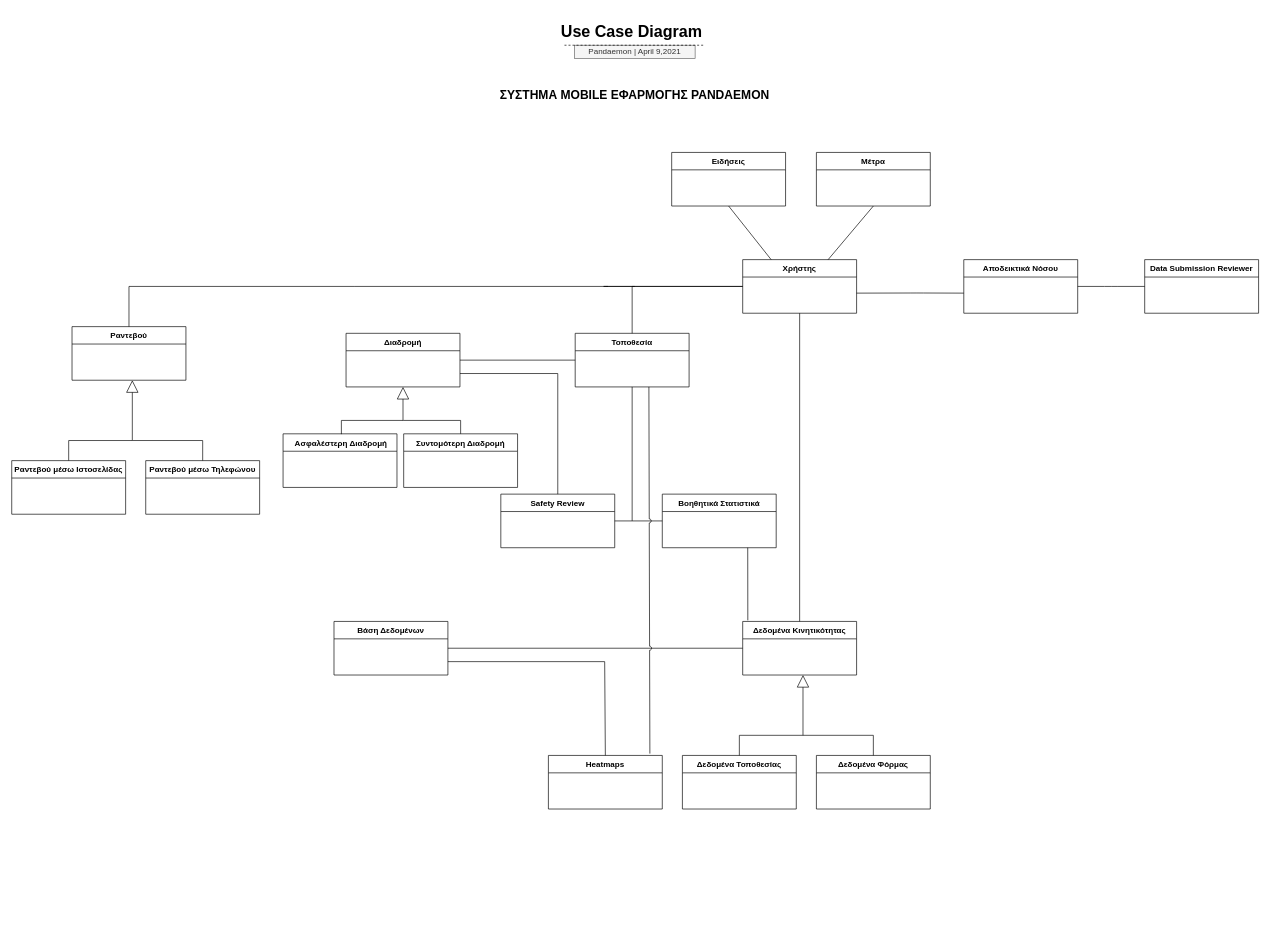
Before: Documents/DrawioResources/Domain Model Diagram.drawio in Mario-Sama/SoftEngProject2021, a draw.io diagram. Source tidied: cells renumbered, new cells numbered last; positions are measured from the earlier drawing's top-left corner, leaving out a move shared by most shapes. Both pictures are drawn from the tidied source at 67%, with x=0, y=0 at pixel (11, 18).
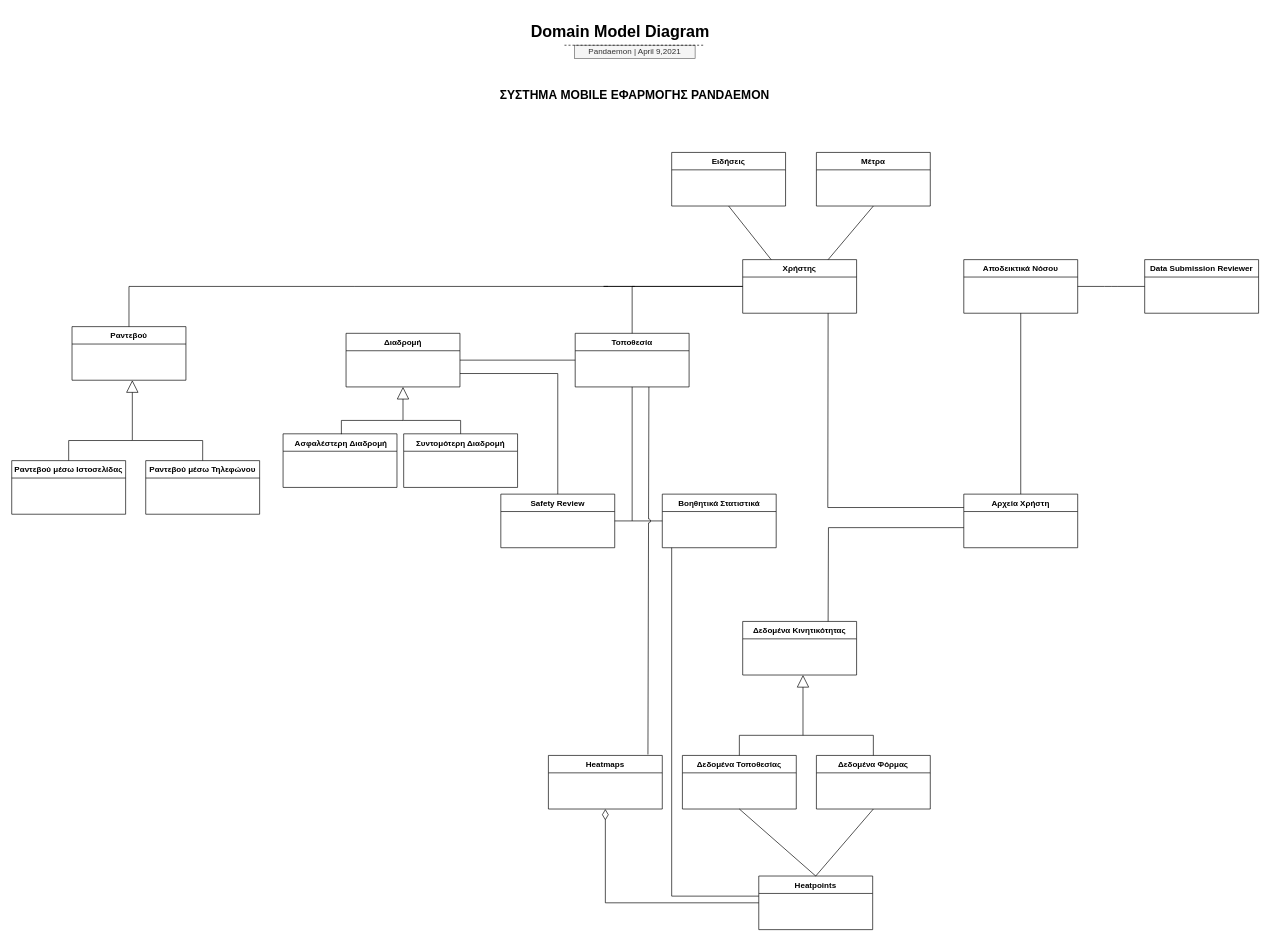
Above is the later version.

Unchanged cells that the change refers to:
```xml
<mxCell id="13" value="Χρήστης" style="swimlane;fontStyle=1;horizontal=1;startSize=26;fillColor=none;" parent="1" vertex="1">
  <mxGeometry x="1091" y="360" width="170" height="80" as="geometry" />
</mxCell>
<mxCell id="18" value="Αποδεικτικά Νόσου" style="swimlane;fontStyle=1;horizontal=1;startSize=26;fillColor=none;" parent="1" vertex="1">
  <mxGeometry x="1421" y="360" width="170" height="80" as="geometry" />
</mxCell>
<mxCell id="26" value="Δεδομένα Κινητικότητας" style="swimlane;fontStyle=1;horizontal=1;startSize=26;fillColor=none;" parent="1" vertex="1">
  <mxGeometry x="1091" y="900" width="170" height="80" as="geometry" />
</mxCell>
<mxCell id="27" value="Δεδομένα Τοποθεσίας" style="swimlane;fontStyle=1;horizontal=1;startSize=26;fillColor=none;" parent="1" vertex="1">
  <mxGeometry x="1001" y="1100" width="170" height="80" as="geometry" />
</mxCell>
<mxCell id="28" value="Δεδομένα Φόρμας" style="swimlane;fontStyle=1;horizontal=1;startSize=26;fillColor=none;" parent="1" vertex="1">
  <mxGeometry x="1201" y="1100" width="170" height="80" as="geometry" />
</mxCell>
<mxCell id="33" value="Heatmaps" style="swimlane;fontStyle=1;horizontal=1;startSize=26;fillColor=none;" parent="1" vertex="1">
  <mxGeometry x="801" y="1100" width="170" height="80" as="geometry" />
</mxCell>
<mxCell id="34" value="Βοηθητικά Στατιστικά" style="swimlane;fontStyle=1;horizontal=1;startSize=26;fillColor=none;" parent="1" vertex="1">
  <mxGeometry x="971" y="710" width="170" height="80" as="geometry" />
</mxCell>
```

Change to the diagram source:
```diff
@@
-    <mxCell id="6" value="&lt;h1&gt;Use Case Diagram&lt;/h1&gt;" style="text;html=1;strokeColor=none;fillColor=none;spacing=5;spacingTop=-20;whiteSpace=wrap;overflow=hidden;rounded=0;fontFamily=Helvetica;" parent="1" vertex="1">
-      <mxGeometry x="815" width="230" height="120" as="geometry" />
+    <mxCell id="6" value="&lt;h1&gt;Domain Model Diagram&lt;/h1&gt;" style="text;html=1;strokeColor=none;fillColor=none;spacing=5;spacingTop=-20;whiteSpace=wrap;overflow=hidden;rounded=0;fontFamily=Helvetica;" parent="1" vertex="1">
+      <mxGeometry x="770" width="320" height="120" as="geometry" />
     </mxCell>
@@
-    <mxCell id="19" value="Βάση Δεδομένων" style="swimlane;fontStyle=1;horizontal=1;startSize=26;fillColor=none;" parent="1" vertex="1">
-      <mxGeometry x="481" y="900" width="170" height="80" as="geometry" />
-    </mxCell>
@@
-    <mxCell id="25" style="endArrow=none;html=1;" parent="1" edge="1">
-      <mxGeometry relative="1" as="geometry">
-        <mxPoint x="1261" y="410" as="sourcePoint" />
-        <mxPoint x="1421" y="410" as="targetPoint" />
-        <Array as="points">
-          <mxPoint x="1351" y="409.8" />
-        </Array>
-      </mxGeometry>
-    </mxCell>
@@
-    <mxCell id="31" style="endArrow=none;html=1;entryX=0.5;entryY=0;entryDx=0;entryDy=0;exitX=0.5;exitY=1;exitDx=0;exitDy=0;" parent="1" edge="1" source="13" target="26">
-      <mxGeometry relative="1" as="geometry" />
-    </mxCell>
-    <mxCell id="32" style="endArrow=none;html=1;exitX=0;exitY=0.5;exitDx=0;exitDy=0;fontStyle=1;" parent="1" edge="1" source="26">
-      <mxGeometry relative="1" as="geometry">
-        <mxPoint x="651" y="940" as="targetPoint" />
-      </mxGeometry>
-    </mxCell>
@@
-    <mxCell id="35" style="endArrow=none;html=1;exitX=0.75;exitY=1;exitDx=0;exitDy=0;entryX=0.045;entryY=-0.02;entryDx=0;entryDy=0;entryPerimeter=0;" parent="1" edge="1" source="34" target="26">
-      <mxGeometry relative="1" as="geometry" />
-    </mxCell>
@@
-    <mxCell id="38" style="endArrow=none;html=1;exitX=0.891;exitY=-0.034;exitDx=0;exitDy=0;exitPerimeter=0;strokeWidth=1;rounded=1;jumpStyle=arc;" parent="1" edge="1" source="33">
+    <mxCell id="38" style="endArrow=none;html=1;exitX=0.874;exitY=-0.017;exitDx=0;exitDy=0;exitPerimeter=0;strokeWidth=1;rounded=1;jumpStyle=arc;" parent="1" edge="1" source="33">
       <mxGeometry relative="1" as="geometry">
         <mxPoint x="951" y="550" as="targetPoint" />
       </mxGeometry>
     </mxCell>
@@
-    <mxCell id="46" style="endArrow=none;html=1;exitX=0.5;exitY=0;exitDx=0;exitDy=0;entryX=1;entryY=0.75;entryDx=0;entryDy=0;rounded=0;" parent="1" edge="1" source="33" target="19">
-      <mxGeometry relative="1" as="geometry">
-        <Array as="points">
-          <mxPoint x="885" y="960" />
-        </Array>
-      </mxGeometry>
-    </mxCell>
+    <mxCell id="47" value="Αρχεία Χρήστη" style="swimlane;fontStyle=1;horizontal=1;startSize=26;fillColor=none;" parent="1" vertex="1">
+      <mxGeometry x="1421" y="710" width="170" height="80" as="geometry" />
+    </mxCell>
+    <mxCell id="48" style="endArrow=none;html=1;entryX=0.75;entryY=0;entryDx=0;entryDy=0;rounded=0;" parent="1" edge="1" target="26">
+      <mxGeometry relative="1" as="geometry">
+        <mxPoint x="1421" y="760" as="sourcePoint" />
+        <Array as="points">
+          <mxPoint x="1219" y="760" />
+        </Array>
+      </mxGeometry>
+    </mxCell>
+    <mxCell id="49" style="endArrow=none;html=1;exitX=0.5;exitY=1;exitDx=0;exitDy=0;fontStyle=1;entryX=0.5;entryY=0;entryDx=0;entryDy=0;" parent="1" edge="1" source="18" target="47">
+      <mxGeometry relative="1" as="geometry" />
+    </mxCell>
+    <mxCell id="50" style="endArrow=none;html=1;exitX=0.75;exitY=1;exitDx=0;exitDy=0;fontStyle=1;entryX=0;entryY=0.25;entryDx=0;entryDy=0;rounded=0;" parent="1" edge="1" source="13" target="47">
+      <mxGeometry relative="1" as="geometry">
+        <Array as="points">
+          <mxPoint x="1218" y="730" />
+        </Array>
+      </mxGeometry>
+    </mxCell>
+    <mxCell id="51" value="Heatpoints" style="swimlane;fontStyle=1;horizontal=1;startSize=26;fillColor=none;" parent="1" vertex="1">
+      <mxGeometry x="1115" y="1280" width="170" height="80" as="geometry" />
+    </mxCell>
+    <mxCell id="52" style="endArrow=none;html=1;endSize=12;startArrow=diamondThin;startSize=14;startFill=0;edgeStyle=orthogonalEdgeStyle;align=left;verticalAlign=bottom;exitX=0.5;exitY=1;exitDx=0;exitDy=0;entryX=0;entryY=0.5;entryDx=0;entryDy=0;rounded=0;endFill=0;" parent="1" edge="1" source="33" target="51">
+      <mxGeometry x="-1" y="3" relative="1" as="geometry" />
+    </mxCell>
+    <mxCell id="53" style="endArrow=none;html=1;exitX=0.5;exitY=0;exitDx=0;exitDy=0;entryX=0.5;entryY=1;entryDx=0;entryDy=0;" parent="1" edge="1" source="51" target="27">
+      <mxGeometry relative="1" as="geometry" />
+    </mxCell>
+    <mxCell id="54" style="endArrow=none;html=1;exitX=0.5;exitY=0;exitDx=0;exitDy=0;entryX=0.5;entryY=1;entryDx=0;entryDy=0;" parent="1" edge="1" source="51" target="28">
+      <mxGeometry relative="1" as="geometry" />
+    </mxCell>
+    <mxCell id="55" style="endArrow=none;html=1;rounded=0;" parent="1" edge="1">
+      <mxGeometry relative="1" as="geometry">
+        <mxPoint x="1115" y="1310" as="sourcePoint" />
+        <mxPoint x="985" y="790" as="targetPoint" />
+        <Array as="points">
+          <mxPoint x="985" y="1310" />
+        </Array>
+      </mxGeometry>
+    </mxCell>
```
